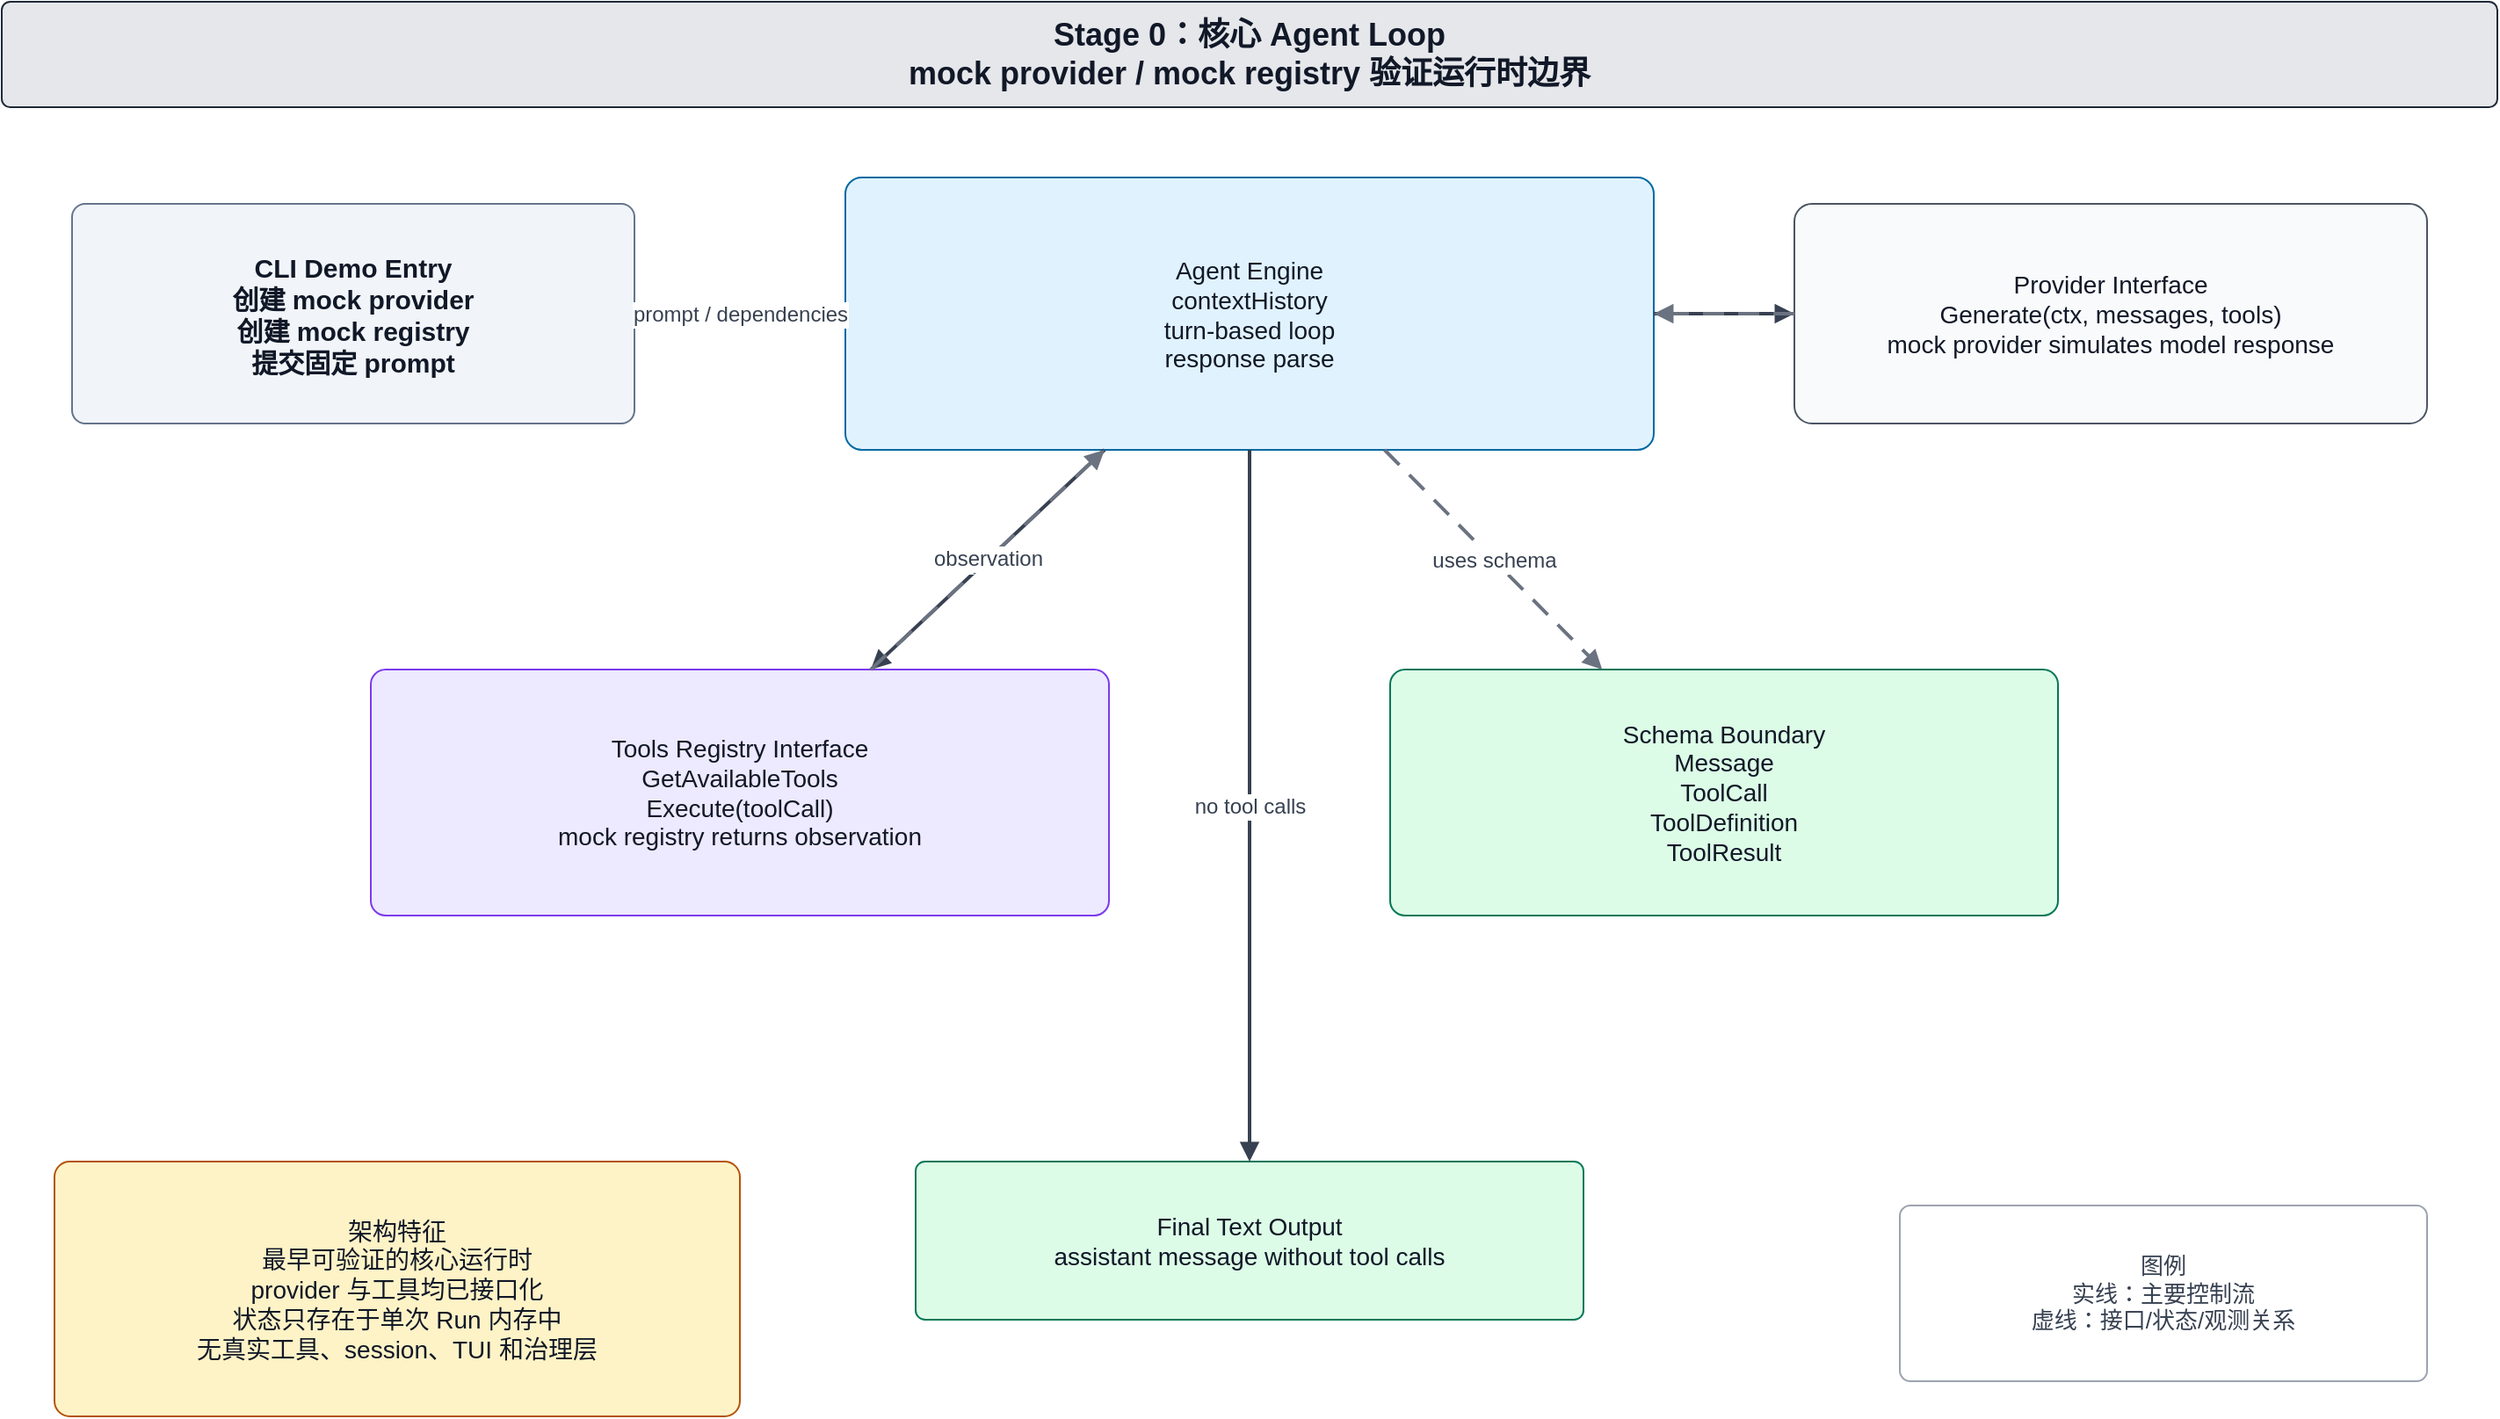
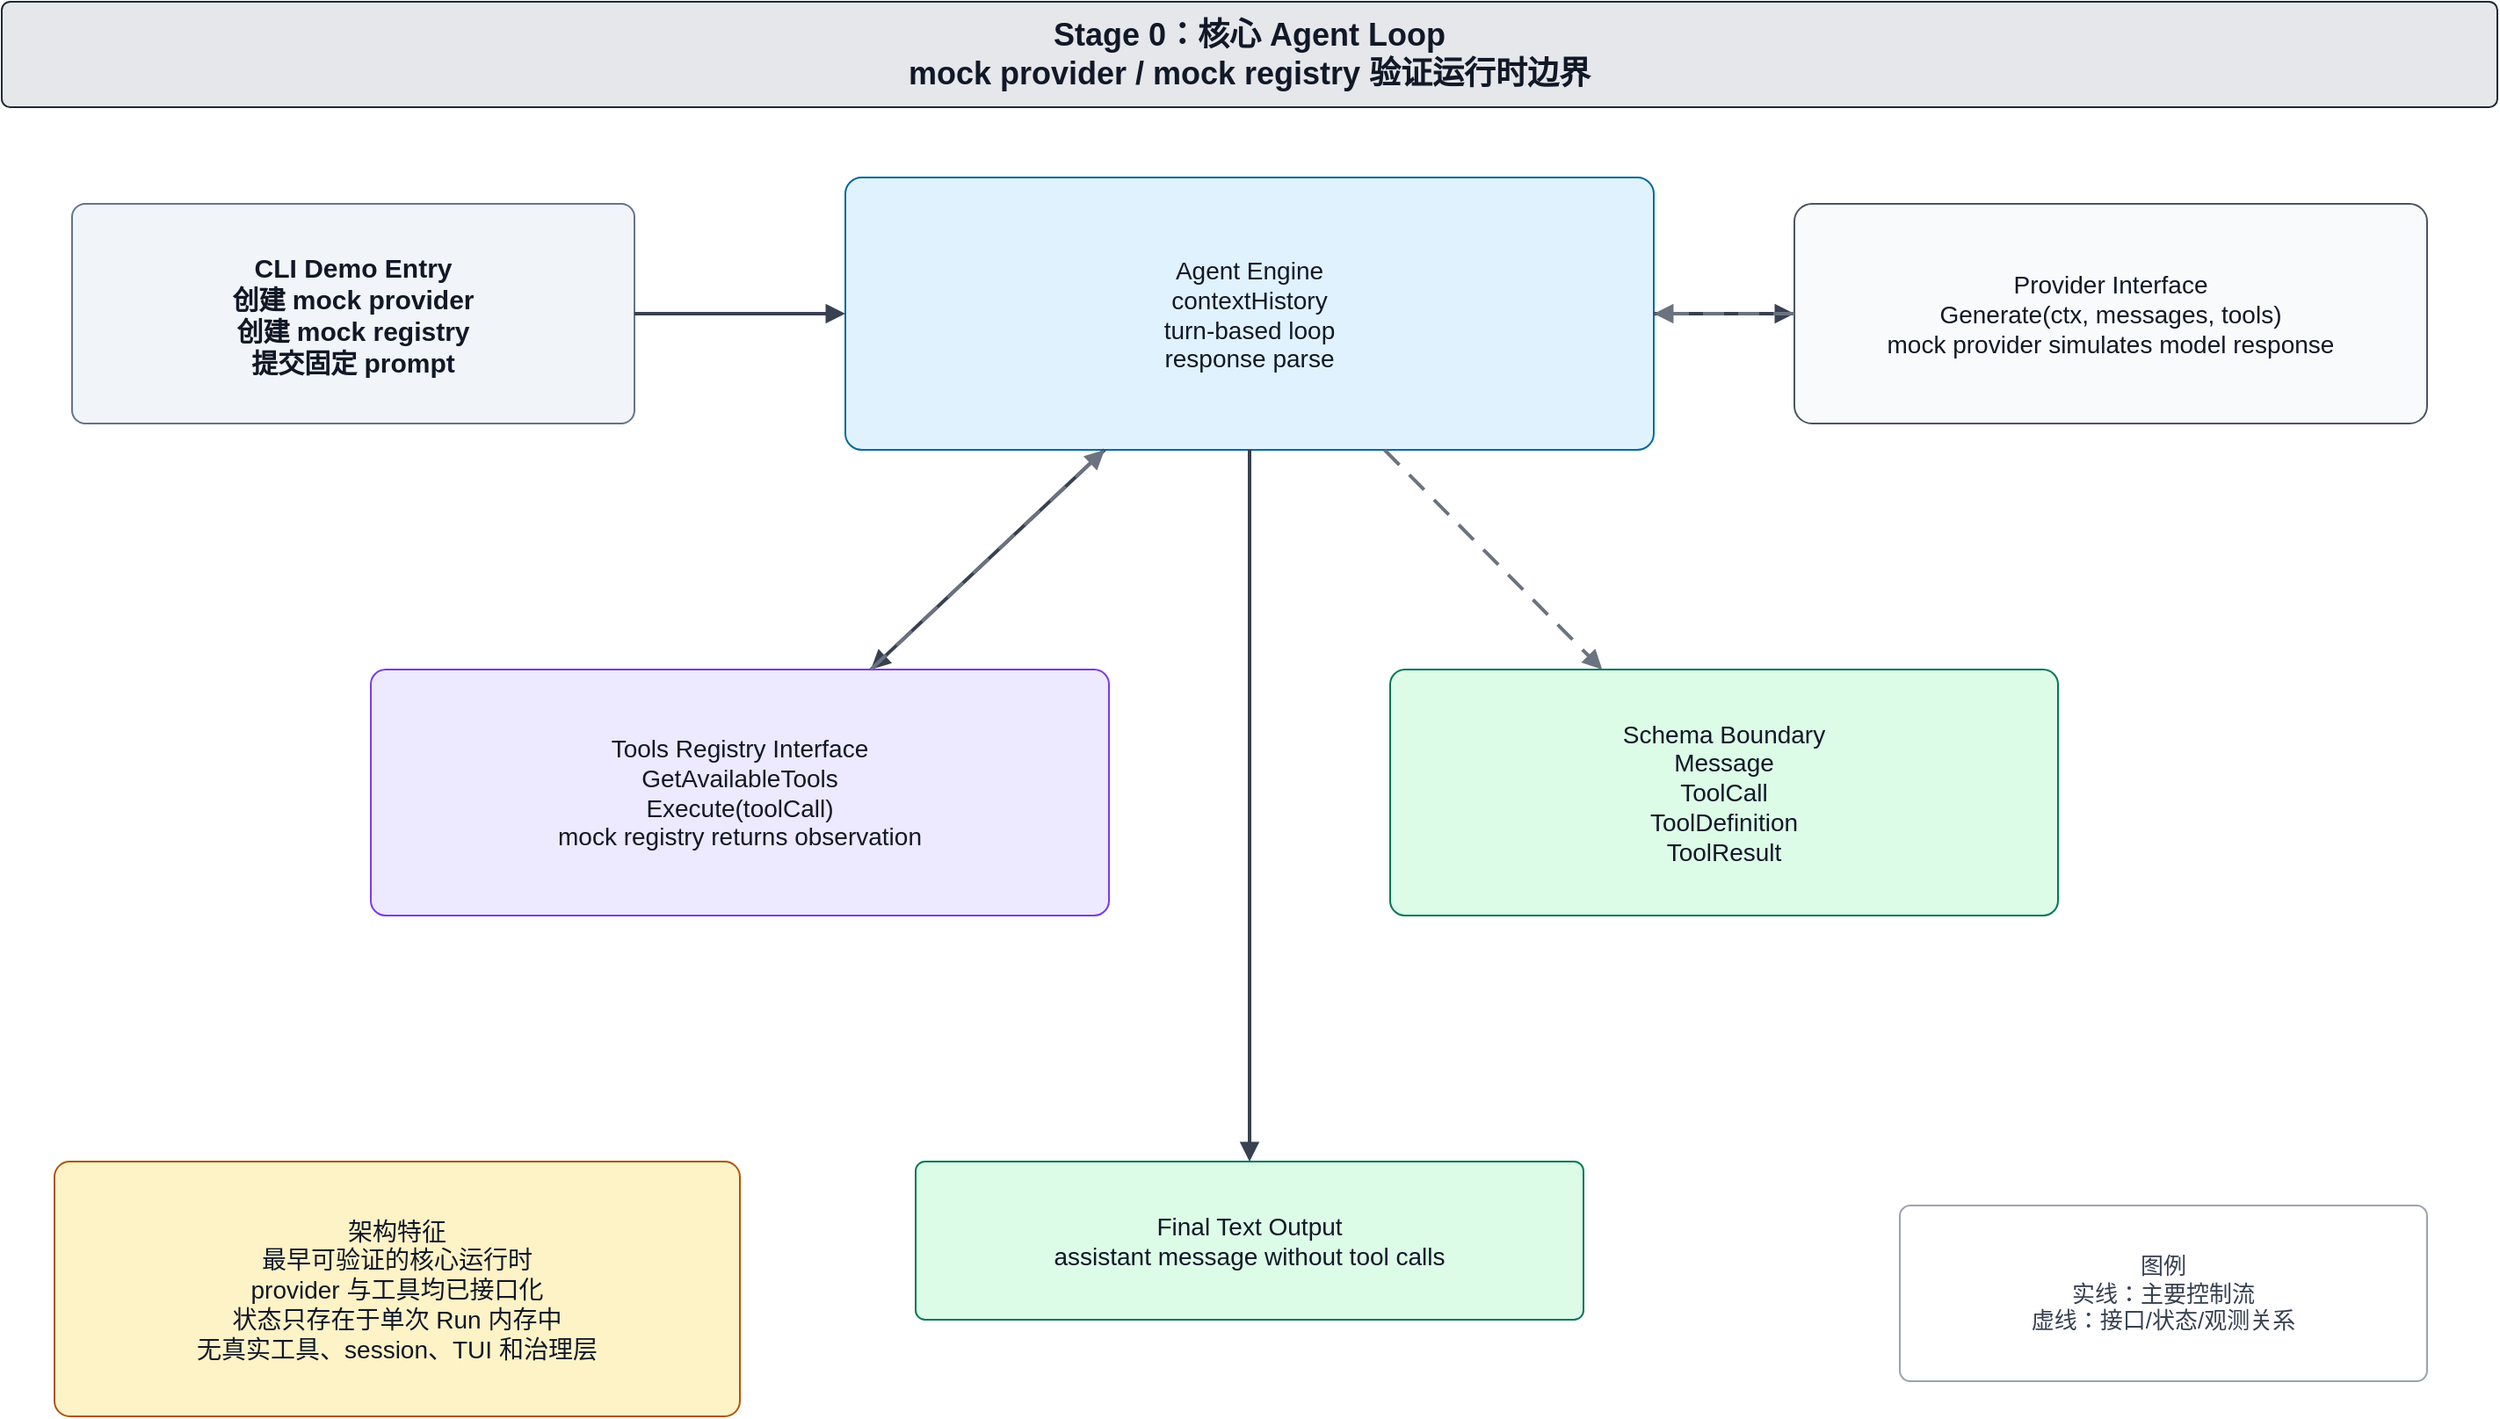
<mxfile host="app.diagrams.net" modified="2026-07-04T00:00:00.000Z" agent="Codex" version="30.0.4" type="device">
  <diagram id="evolution-b1-hello-agent" name="B1 Stage 0：核心 Agent Loop">
    <mxGraphModel dx="1600" dy="1000" grid="1" gridSize="10" guides="1" tooltips="1" connect="1" arrows="1" fold="1" page="1" pageScale="1" pageWidth="1500" pageHeight="950" math="0" shadow="0">
      <root>
        <mxCell id="0" />
        <mxCell id="1" parent="0" />
        <mxCell id="n2" value="Stage 0：核心 Agent Loop&lt;br&gt;mock provider / mock registry 验证运行时边界" style="rounded=1;whiteSpace=wrap;html=1;arcSize=8;strokeColor=#1f2937;fillColor=#e5e7eb;fontColor=#111827;fontSize=18;fontStyle=1;spacing=8;" vertex="1" parent="1">
          <mxGeometry x="40" y="30" width="1420" height="60" as="geometry" />
        </mxCell>
        <mxCell id="n3" value="CLI Demo Entry&lt;br&gt;创建 mock provider&lt;br&gt;创建 mock registry&lt;br&gt;提交固定 prompt" style="rounded=1;whiteSpace=wrap;html=1;arcSize=6;strokeColor=#64748b;fillColor=#f1f5f9;fontColor=#111827;fontSize=15;fontStyle=1;spacing=8;" vertex="1" parent="1">
          <mxGeometry x="80" y="145" width="320" height="125" as="geometry" />
        </mxCell>
        <mxCell id="n4" value="Agent Engine&lt;br&gt;contextHistory&lt;br&gt;turn-based loop&lt;br&gt;response parse" style="rounded=1;whiteSpace=wrap;html=1;arcSize=6;strokeColor=#0369a1;fillColor=#e0f2fe;fontColor=#111827;fontSize=14;spacing=8;" vertex="1" parent="1">
          <mxGeometry x="520" y="130" width="460" height="155" as="geometry" />
        </mxCell>
        <mxCell id="n5" value="Provider Interface&lt;br&gt;Generate(ctx, messages, tools)&lt;br&gt;mock provider simulates model response" style="rounded=1;whiteSpace=wrap;html=1;arcSize=8;strokeColor=#4b5563;fillColor=#f8fafc;fontColor=#111827;fontSize=14;spacing=8;" vertex="1" parent="1">
          <mxGeometry x="1060" y="145" width="360" height="125" as="geometry" />
        </mxCell>
        <mxCell id="n6" value="Tools Registry Interface&lt;br&gt;GetAvailableTools&lt;br&gt;Execute(toolCall)&lt;br&gt;mock registry returns observation" style="rounded=1;whiteSpace=wrap;html=1;arcSize=6;strokeColor=#7c3aed;fillColor=#ede9fe;fontColor=#111827;fontSize=14;spacing=8;" vertex="1" parent="1">
          <mxGeometry x="250" y="410" width="420" height="140" as="geometry" />
        </mxCell>
        <mxCell id="n7" value="Schema Boundary&lt;br&gt;Message&lt;br&gt;ToolCall&lt;br&gt;ToolDefinition&lt;br&gt;ToolResult" style="rounded=1;whiteSpace=wrap;html=1;arcSize=6;strokeColor=#047857;fillColor=#dcfce7;fontColor=#111827;fontSize=14;spacing=8;" vertex="1" parent="1">
          <mxGeometry x="830" y="410" width="380" height="140" as="geometry" />
        </mxCell>
        <mxCell id="n8" value="Final Text Output&lt;br&gt;assistant message without tool calls" style="rounded=1;whiteSpace=wrap;html=1;arcSize=6;strokeColor=#047857;fillColor=#dcfce7;fontColor=#111827;fontSize=14;spacing=8;" vertex="1" parent="1">
          <mxGeometry x="560" y="690" width="380" height="90" as="geometry" />
        </mxCell>
-         <mxCell id="e9" value="prompt / dependencies" style="endArrow=block;html=1;rounded=0;strokeWidth=2;strokeColor=#374151;fontSize=12;fontColor=#374151;" edge="1" parent="1" source="n3" target="n4">
+         <mxCell id="e9" value="" style="endArrow=block;html=1;rounded=0;strokeWidth=2;strokeColor=#374151;fontSize=12;fontColor=#374151;" edge="1" parent="1" source="n3" target="n4">
          <mxGeometry relative="1" as="geometry" />
        </mxCell>
        <mxCell id="e10" value="" style="endArrow=block;html=1;rounded=0;strokeWidth=2;strokeColor=#374151;fontSize=12;fontColor=#374151;" edge="1" parent="1" source="n4" target="n5">
          <mxGeometry relative="1" as="geometry" />
        </mxCell>
        <mxCell id="e11" value="" style="endArrow=block;html=1;rounded=0;strokeWidth=2;strokeColor=#374151;fontSize=12;fontColor=#374151;dashed=1;dashPattern=6 4;strokeColor=#6b7280;" edge="1" parent="1" source="n5" target="n4">
          <mxGeometry relative="1" as="geometry" />
        </mxCell>
-         <mxCell id="e12" value="tool calls" style="endArrow=block;html=1;rounded=0;strokeWidth=2;strokeColor=#374151;fontSize=12;fontColor=#374151;" edge="1" parent="1" source="n4" target="n6">
-           <mxGeometry relative="1" as="geometry" />
-         </mxCell>
-         <mxCell id="e13" value="observation" style="endArrow=block;html=1;rounded=0;strokeWidth=2;strokeColor=#374151;fontSize=12;fontColor=#374151;dashed=1;dashPattern=6 4;strokeColor=#6b7280;" edge="1" parent="1" source="n6" target="n4">
-           <mxGeometry relative="1" as="geometry" />
-         </mxCell>
-         <mxCell id="e14" value="uses schema" style="endArrow=block;html=1;rounded=0;strokeWidth=2;strokeColor=#374151;fontSize=12;fontColor=#374151;dashed=1;dashPattern=6 4;strokeColor=#6b7280;" edge="1" parent="1" source="n4" target="n7">
-           <mxGeometry relative="1" as="geometry" />
-         </mxCell>
-         <mxCell id="e15" value="no tool calls" style="endArrow=block;html=1;rounded=0;strokeWidth=2;strokeColor=#374151;fontSize=12;fontColor=#374151;" edge="1" parent="1" source="n4" target="n8">
+         <mxCell id="e12" value="" style="endArrow=block;html=1;rounded=0;strokeWidth=2;strokeColor=#374151;fontSize=12;fontColor=#374151;" edge="1" parent="1" source="n4" target="n6">
+           <mxGeometry relative="1" as="geometry" />
+         </mxCell>
+         <mxCell id="e13" value="" style="endArrow=block;html=1;rounded=0;strokeWidth=2;strokeColor=#374151;fontSize=12;fontColor=#374151;dashed=1;dashPattern=6 4;strokeColor=#6b7280;" edge="1" parent="1" source="n6" target="n4">
+           <mxGeometry relative="1" as="geometry" />
+         </mxCell>
+         <mxCell id="e14" value="" style="endArrow=block;html=1;rounded=0;strokeWidth=2;strokeColor=#374151;fontSize=12;fontColor=#374151;dashed=1;dashPattern=6 4;strokeColor=#6b7280;" edge="1" parent="1" source="n4" target="n7">
+           <mxGeometry relative="1" as="geometry" />
+         </mxCell>
+         <mxCell id="e15" value="" style="endArrow=block;html=1;rounded=0;strokeWidth=2;strokeColor=#374151;fontSize=12;fontColor=#374151;" edge="1" parent="1" source="n4" target="n8">
          <mxGeometry relative="1" as="geometry" />
        </mxCell>
        <mxCell id="n16" value="架构特征&lt;br&gt;最早可验证的核心运行时&lt;br&gt;provider 与工具均已接口化&lt;br&gt;状态只存在于单次 Run 内存中&lt;br&gt;无真实工具、session、TUI 和治理层" style="rounded=1;whiteSpace=wrap;html=1;arcSize=6;strokeColor=#b45309;fillColor=#fef3c7;fontColor=#111827;fontSize=14;spacing=8;" vertex="1" parent="1">
          <mxGeometry x="70" y="690" width="390" height="145" as="geometry" />
        </mxCell>
        <mxCell id="n17" value="图例&lt;br&gt;实线：主要控制流&lt;br&gt;虚线：接口/状态/观测关系" style="rounded=1;whiteSpace=wrap;html=1;arcSize=6;strokeColor=#9ca3af;fillColor=#ffffff;fontColor=#374151;fontSize=13;spacing=8;" vertex="1" parent="1">
          <mxGeometry x="1120" y="715" width="300" height="100" as="geometry" />
        </mxCell>
      </root>
    </mxGraphModel>
  </diagram>
  <diagram id="evolution-b2-tool-using-agent" name="B2 Stage 1：Tool-Using Agent">
    <mxGraphModel dx="1600" dy="1000" grid="1" gridSize="10" guides="1" tooltips="1" connect="1" arrows="1" fold="1" page="1" pageScale="1" pageWidth="1500" pageHeight="950" math="0" shadow="0">
      <root>
        <mxCell id="0" />
        <mxCell id="1" parent="0" />
        <mxCell id="n2" value="Stage 1：Tool-Using Agent&lt;br&gt;模型推理与工具调用循环" style="rounded=1;whiteSpace=wrap;html=1;arcSize=8;strokeColor=#1f2937;fillColor=#e5e7eb;fontColor=#111827;fontSize=18;fontStyle=1;spacing=8;" vertex="1" parent="1">
          <mxGeometry x="40" y="30" width="1420" height="60" as="geometry" />
        </mxCell>
        <mxCell id="n3" value="User Task&lt;br&gt;检查或修改项目" style="rounded=1;whiteSpace=wrap;html=1;arcSize=8;strokeColor=#4b5563;fillColor=#f8fafc;fontColor=#111827;fontSize=14;spacing=8;" vertex="1" parent="1">
          <mxGeometry x="80" y="150" width="300" height="90" as="geometry" />
        </mxCell>
        <mxCell id="n4" value="Agent Loop&lt;br&gt;Prompt -&gt; LLM Generate -&gt; Response Parse&lt;br&gt;no tools -&gt; Final Text&lt;br&gt;tool calls -&gt; Tool Dispatcher -&gt; Tool Result Context" style="rounded=1;whiteSpace=wrap;html=1;arcSize=6;strokeColor=#0369a1;fillColor=#e0f2fe;fontColor=#111827;fontSize=14;spacing=8;" vertex="1" parent="1">
          <mxGeometry x="460" y="125" width="720" height="170" as="geometry" />
        </mxCell>
        <mxCell id="n5" value="LLM Provider&lt;br&gt;模型生成" style="rounded=1;whiteSpace=wrap;html=1;arcSize=8;strokeColor=#4b5563;fillColor=#f8fafc;fontColor=#111827;fontSize=14;spacing=8;" vertex="1" parent="1">
          <mxGeometry x="1220" y="150" width="220" height="90" as="geometry" />
        </mxCell>
        <mxCell id="n6" value="Initial Tool Surface&lt;br&gt;File Read&lt;br&gt;File Write / Edit&lt;br&gt;Shell Command" style="rounded=1;whiteSpace=wrap;html=1;arcSize=6;strokeColor=#7c3aed;fillColor=#ede9fe;fontColor=#111827;fontSize=14;spacing=8;" vertex="1" parent="1">
          <mxGeometry x="560" y="380" width="520" height="140" as="geometry" />
        </mxCell>
        <mxCell id="n7" value="Project Workspace&lt;br&gt;文件与命令副作用" style="rounded=1;whiteSpace=wrap;html=1;arcSize=6;strokeColor=#047857;fillColor=#dcfce7;fontColor=#111827;fontSize=14;spacing=8;" vertex="1" parent="1">
          <mxGeometry x="600" y="620" width="440" height="100" as="geometry" />
        </mxCell>
        <mxCell id="e8" value="" style="endArrow=block;html=1;rounded=0;strokeWidth=2;strokeColor=#374151;fontSize=12;fontColor=#374151;" edge="1" parent="1" source="n3" target="n4">
          <mxGeometry relative="1" as="geometry" />
        </mxCell>
-         <mxCell id="e9" value="request / response" style="endArrow=block;startArrow=block;html=1;rounded=0;strokeWidth=2;strokeColor=#374151;fontSize=12;fontColor=#374151;" edge="1" parent="1" source="n4" target="n5">
-           <mxGeometry relative="1" as="geometry" />
-         </mxCell>
-         <mxCell id="e10" value="tool calls" style="endArrow=block;html=1;rounded=0;strokeWidth=2;strokeColor=#374151;fontSize=12;fontColor=#374151;" edge="1" parent="1" source="n4" target="n6">
-           <mxGeometry relative="1" as="geometry" />
-         </mxCell>
-         <mxCell id="e11" value="tool results" style="endArrow=block;html=1;rounded=0;strokeWidth=2;strokeColor=#374151;fontSize=12;fontColor=#374151;dashed=1;dashPattern=6 4;strokeColor=#6b7280;" edge="1" parent="1" source="n6" target="n4">
-           <mxGeometry relative="1" as="geometry" />
-         </mxCell>
-         <mxCell id="e12" value="side effects" style="endArrow=block;html=1;rounded=0;strokeWidth=2;strokeColor=#374151;fontSize=12;fontColor=#374151;" edge="1" parent="1" source="n6" target="n7">
+         <mxCell id="e9" value="" style="endArrow=block;startArrow=block;html=1;rounded=0;strokeWidth=2;strokeColor=#374151;fontSize=12;fontColor=#374151;" edge="1" parent="1" source="n4" target="n5">
+           <mxGeometry relative="1" as="geometry" />
+         </mxCell>
+         <mxCell id="e10" value="" style="endArrow=block;html=1;rounded=0;strokeWidth=2;strokeColor=#374151;fontSize=12;fontColor=#374151;" edge="1" parent="1" source="n4" target="n6">
+           <mxGeometry relative="1" as="geometry" />
+         </mxCell>
+         <mxCell id="e11" value="" style="endArrow=block;html=1;rounded=0;strokeWidth=2;strokeColor=#374151;fontSize=12;fontColor=#374151;dashed=1;dashPattern=6 4;strokeColor=#6b7280;" edge="1" parent="1" source="n6" target="n4">
+           <mxGeometry relative="1" as="geometry" />
+         </mxCell>
+         <mxCell id="e12" value="" style="endArrow=block;html=1;rounded=0;strokeWidth=2;strokeColor=#374151;fontSize=12;fontColor=#374151;" edge="1" parent="1" source="n6" target="n7">
          <mxGeometry relative="1" as="geometry" />
        </mxCell>
        <mxCell id="n13" value="新增边界&lt;br&gt;模型只能提出结构化工具请求&lt;br&gt;本地副作用由调度器统一执行&lt;br&gt;后续权限和观测建立在此边界上" style="rounded=1;whiteSpace=wrap;html=1;arcSize=6;strokeColor=#b45309;fillColor=#fef3c7;fontColor=#111827;fontSize=14;spacing=8;" vertex="1" parent="1">
          <mxGeometry x="80" y="620" width="380" height="130" as="geometry" />
        </mxCell>
        <mxCell id="n14" value="图例&lt;br&gt;实线：主要控制流&lt;br&gt;虚线：状态 / 观测 / 治理&lt;br&gt;双向：外部协议交互" style="rounded=1;whiteSpace=wrap;html=1;arcSize=6;strokeColor=#9ca3af;fillColor=#ffffff;fontColor=#374151;fontSize=13;spacing=8;" vertex="1" parent="1">
          <mxGeometry x="1120" y="735" width="300" height="120" as="geometry" />
        </mxCell>
      </root>
    </mxGraphModel>
  </diagram>
  <diagram id="evolution-b3-session-context" name="B3 Stage 2：持久会话与工程上下文">
    <mxGraphModel dx="1600" dy="1000" grid="1" gridSize="10" guides="1" tooltips="1" connect="1" arrows="1" fold="1" page="1" pageScale="1" pageWidth="1500" pageHeight="950" math="0" shadow="0">
      <root>
        <mxCell id="0" />
        <mxCell id="1" parent="0" />
        <mxCell id="n2" value="Stage 2：持久会话与工程上下文&lt;br&gt;从一次性运行到连续工程工作" style="rounded=1;whiteSpace=wrap;html=1;arcSize=8;strokeColor=#1f2937;fillColor=#e5e7eb;fontColor=#111827;fontSize=18;fontStyle=1;spacing=8;" vertex="1" parent="1">
          <mxGeometry x="40" y="30" width="1420" height="60" as="geometry" />
        </mxCell>
        <mxCell id="n3" value="User Request&lt;br&gt;继续工作会话" style="rounded=1;whiteSpace=wrap;html=1;arcSize=8;strokeColor=#4b5563;fillColor=#f8fafc;fontColor=#111827;fontSize=14;spacing=8;" vertex="1" parent="1">
          <mxGeometry x="80" y="150" width="300" height="90" as="geometry" />
        </mxCell>
        <mxCell id="n4" value="Session-aware Runner&lt;br&gt;选择 / 创建 Session&lt;br&gt;恢复工作状态&lt;br&gt;启动运行" style="rounded=1;whiteSpace=wrap;html=1;arcSize=6;strokeColor=#64748b;fillColor=#f1f5f9;fontColor=#111827;fontSize=15;fontStyle=1;spacing=8;" vertex="1" parent="1">
          <mxGeometry x="460" y="125" width="520" height="150" as="geometry" />
        </mxCell>
        <mxCell id="n5" value="Project Instructions&lt;br&gt;项目规则 / 维护约定" style="rounded=1;whiteSpace=wrap;html=1;arcSize=6;strokeColor=#047857;fillColor=#dcfce7;fontColor=#111827;fontSize=14;spacing=8;" vertex="1" parent="1">
          <mxGeometry x="90" y="360" width="300" height="100" as="geometry" />
        </mxCell>
        <mxCell id="n6" value="Context Composer&lt;br&gt;prompt + history + state" style="rounded=1;whiteSpace=wrap;html=1;arcSize=6;strokeColor=#0369a1;fillColor=#e0f2fe;fontColor=#111827;fontSize=14;spacing=8;" vertex="1" parent="1">
          <mxGeometry x="500" y="360" width="440" height="110" as="geometry" />
        </mxCell>
        <mxCell id="n7" value="Agent Loop + Tools&lt;br&gt;多轮推理&lt;br&gt;工具执行" style="rounded=1;whiteSpace=wrap;html=1;arcSize=6;strokeColor=#0369a1;fillColor=#e0f2fe;fontColor=#111827;fontSize=14;spacing=8;" vertex="1" parent="1">
          <mxGeometry x="520" y="580" width="400" height="120" as="geometry" />
        </mxCell>
        <mxCell id="n8" value="Session Store&lt;br&gt;metadata | message log | working memory&lt;br&gt;PLAN / TODO | artifacts" style="rounded=1;whiteSpace=wrap;html=1;arcSize=6;strokeColor=#047857;fillColor=#dcfce7;fontColor=#111827;fontSize=14;spacing=8;" vertex="1" parent="1">
          <mxGeometry x="1010" y="330" width="400" height="180" as="geometry" />
        </mxCell>
        <mxCell id="e9" value="" style="endArrow=block;html=1;rounded=0;strokeWidth=2;strokeColor=#374151;fontSize=12;fontColor=#374151;" edge="1" parent="1" source="n3" target="n4">
          <mxGeometry relative="1" as="geometry" />
        </mxCell>
        <mxCell id="e10" value="" style="endArrow=block;html=1;rounded=0;strokeWidth=2;strokeColor=#374151;fontSize=12;fontColor=#374151;" edge="1" parent="1" source="n4" target="n6">
          <mxGeometry relative="1" as="geometry" />
        </mxCell>
        <mxCell id="e11" value="" style="endArrow=block;html=1;rounded=0;strokeWidth=2;strokeColor=#374151;fontSize=12;fontColor=#374151;" edge="1" parent="1" source="n5" target="n6">
          <mxGeometry relative="1" as="geometry" />
        </mxCell>
        <mxCell id="e12" value="" style="endArrow=block;html=1;rounded=0;strokeWidth=2;strokeColor=#374151;fontSize=12;fontColor=#374151;" edge="1" parent="1" source="n6" target="n7">
          <mxGeometry relative="1" as="geometry" />
        </mxCell>
-         <mxCell id="e13" value="restore" style="endArrow=block;html=1;rounded=0;strokeWidth=2;strokeColor=#374151;fontSize=12;fontColor=#374151;dashed=1;dashPattern=6 4;strokeColor=#6b7280;" edge="1" parent="1" source="n4" target="n8">
-           <mxGeometry relative="1" as="geometry" />
-         </mxCell>
-         <mxCell id="e14" value="persist" style="endArrow=block;html=1;rounded=0;strokeWidth=2;strokeColor=#374151;fontSize=12;fontColor=#374151;dashed=1;dashPattern=6 4;strokeColor=#6b7280;" edge="1" parent="1" source="n7" target="n8">
+         <mxCell id="e13" value="" style="endArrow=block;html=1;rounded=0;strokeWidth=2;strokeColor=#374151;fontSize=12;fontColor=#374151;dashed=1;dashPattern=6 4;strokeColor=#6b7280;" edge="1" parent="1" source="n4" target="n8">
+           <mxGeometry relative="1" as="geometry" />
+         </mxCell>
+         <mxCell id="e14" value="" style="endArrow=block;html=1;rounded=0;strokeWidth=2;strokeColor=#374151;fontSize=12;fontColor=#374151;dashed=1;dashPattern=6 4;strokeColor=#6b7280;" edge="1" parent="1" source="n7" target="n8">
          <mxGeometry relative="1" as="geometry" />
        </mxCell>
        <mxCell id="n15" value="核心变化&lt;br&gt;一次性运行变成连续工程会话&lt;br&gt;当前上下文与持久 session 记录分离&lt;br&gt;项目规则进入上下文组装" style="rounded=1;whiteSpace=wrap;html=1;arcSize=6;strokeColor=#b45309;fillColor=#fef3c7;fontColor=#111827;fontSize=14;spacing=8;" vertex="1" parent="1">
          <mxGeometry x="80" y="620" width="360" height="130" as="geometry" />
        </mxCell>
        <mxCell id="n16" value="图例&lt;br&gt;实线：主要控制流&lt;br&gt;虚线：状态 / 观测 / 治理&lt;br&gt;双向：外部协议交互" style="rounded=1;whiteSpace=wrap;html=1;arcSize=6;strokeColor=#9ca3af;fillColor=#ffffff;fontColor=#374151;fontSize=13;spacing=8;" vertex="1" parent="1">
          <mxGeometry x="1120" y="735" width="300" height="120" as="geometry" />
        </mxCell>
      </root>
    </mxGraphModel>
  </diagram>
  <diagram id="evolution-b4-tui-workbench" name="B4 Stage 3：交互式 TUI 与开发者工作台">
    <mxGraphModel dx="1600" dy="1000" grid="1" gridSize="10" guides="1" tooltips="1" connect="1" arrows="1" fold="1" page="1" pageScale="1" pageWidth="1500" pageHeight="950" math="0" shadow="0">
      <root>
        <mxCell id="0" />
        <mxCell id="1" parent="0" />
        <mxCell id="n2" value="Stage 3：交互式 TUI 与开发者工作台&lt;br&gt;持续观察、干预和协作" style="rounded=1;whiteSpace=wrap;html=1;arcSize=8;strokeColor=#1f2937;fillColor=#e5e7eb;fontColor=#111827;fontSize=18;fontStyle=1;spacing=8;" vertex="1" parent="1">
          <mxGeometry x="40" y="30" width="1420" height="60" as="geometry" />
        </mxCell>
        <mxCell id="n3" value="Human Operator&lt;br&gt;阅读进度 / 调整方向&lt;br&gt;回答问题" style="rounded=1;whiteSpace=wrap;html=1;arcSize=8;strokeColor=#4b5563;fillColor=#f8fafc;fontColor=#111827;fontSize=14;spacing=8;" vertex="1" parent="1">
          <mxGeometry x="560" y="130" width="420" height="110" as="geometry" />
        </mxCell>
        <mxCell id="n4" value="TUI Workbench&lt;br&gt;Conversation View | Input Bar | Status&lt;br&gt;Tool Events | Session Browser | Settings&lt;br&gt;Ask / Approval UI" style="rounded=1;whiteSpace=wrap;html=1;arcSize=6;strokeColor=#7c3aed;fillColor=#ede9fe;fontColor=#111827;fontSize=14;spacing=8;" vertex="1" parent="1">
          <mxGeometry x="330" y="300" width="840" height="150" as="geometry" />
        </mxCell>
        <mxCell id="n5" value="Interactive Runner&lt;br&gt;session + runtime deps" style="rounded=1;whiteSpace=wrap;html=1;arcSize=6;strokeColor=#64748b;fillColor=#f1f5f9;fontColor=#111827;fontSize=15;fontStyle=1;spacing=8;" vertex="1" parent="1">
          <mxGeometry x="300" y="590" width="360" height="100" as="geometry" />
        </mxCell>
        <mxCell id="n6" value="Reporter / Event Stream&lt;br&gt;progress / transcript / tool events" style="rounded=1;whiteSpace=wrap;html=1;arcSize=6;strokeColor=#047857;fillColor=#dcfce7;fontColor=#111827;fontSize=14;spacing=8;" vertex="1" parent="1">
          <mxGeometry x="840" y="590" width="380" height="100" as="geometry" />
        </mxCell>
        <mxCell id="n7" value="Agent Runtime&lt;br&gt;engine loop / tools / provider / session state" style="rounded=1;whiteSpace=wrap;html=1;arcSize=6;strokeColor=#0369a1;fillColor=#e0f2fe;fontColor=#111827;fontSize=14;spacing=8;" vertex="1" parent="1">
          <mxGeometry x="500" y="760" width="520" height="90" as="geometry" />
        </mxCell>
        <mxCell id="e8" value="" style="endArrow=block;html=1;rounded=0;strokeWidth=2;strokeColor=#374151;fontSize=12;fontColor=#374151;" edge="1" parent="1" source="n3" target="n4">
          <mxGeometry relative="1" as="geometry" />
        </mxCell>
-         <mxCell id="e9" value="input / steering" style="endArrow=block;html=1;rounded=0;strokeWidth=2;strokeColor=#374151;fontSize=12;fontColor=#374151;" edge="1" parent="1" source="n4" target="n5">
+         <mxCell id="e9" value="" style="endArrow=block;html=1;rounded=0;strokeWidth=2;strokeColor=#374151;fontSize=12;fontColor=#374151;" edge="1" parent="1" source="n4" target="n5">
          <mxGeometry relative="1" as="geometry" />
        </mxCell>
        <mxCell id="e10" value="" style="endArrow=block;html=1;rounded=0;strokeWidth=2;strokeColor=#374151;fontSize=12;fontColor=#374151;" edge="1" parent="1" source="n5" target="n7">
          <mxGeometry relative="1" as="geometry" />
        </mxCell>
-         <mxCell id="e11" value="events" style="endArrow=block;html=1;rounded=0;strokeWidth=2;strokeColor=#374151;fontSize=12;fontColor=#374151;dashed=1;dashPattern=6 4;strokeColor=#6b7280;" edge="1" parent="1" source="n7" target="n6">
-           <mxGeometry relative="1" as="geometry" />
-         </mxCell>
-         <mxCell id="e12" value="render" style="endArrow=block;html=1;rounded=0;strokeWidth=2;strokeColor=#374151;fontSize=12;fontColor=#374151;dashed=1;dashPattern=6 4;strokeColor=#6b7280;" edge="1" parent="1" source="n6" target="n4">
+         <mxCell id="e11" value="" style="endArrow=block;html=1;rounded=0;strokeWidth=2;strokeColor=#374151;fontSize=12;fontColor=#374151;dashed=1;dashPattern=6 4;strokeColor=#6b7280;" edge="1" parent="1" source="n7" target="n6">
+           <mxGeometry relative="1" as="geometry" />
+         </mxCell>
+         <mxCell id="e12" value="" style="endArrow=block;html=1;rounded=0;strokeWidth=2;strokeColor=#374151;fontSize=12;fontColor=#374151;dashed=1;dashPattern=6 4;strokeColor=#6b7280;" edge="1" parent="1" source="n6" target="n4">
          <mxGeometry relative="1" as="geometry" />
        </mxCell>
        <mxCell id="n13" value="架构原则&lt;br&gt;TUI 负责交互和展示&lt;br&gt;Reporter/Event Stream 解耦界面与运行时&lt;br&gt;核心 Agent 行为保持共享" style="rounded=1;whiteSpace=wrap;html=1;arcSize=6;strokeColor=#b45309;fillColor=#fef3c7;fontColor=#111827;fontSize=14;spacing=8;" vertex="1" parent="1">
          <mxGeometry x="80" y="710" width="350" height="130" as="geometry" />
        </mxCell>
        <mxCell id="n14" value="图例&lt;br&gt;实线：主要控制流&lt;br&gt;虚线：状态 / 观测 / 治理&lt;br&gt;双向：外部协议交互" style="rounded=1;whiteSpace=wrap;html=1;arcSize=6;strokeColor=#9ca3af;fillColor=#ffffff;fontColor=#374151;fontSize=13;spacing=8;" vertex="1" parent="1">
          <mxGeometry x="1120" y="710" width="300" height="120" as="geometry" />
        </mxCell>
      </root>
    </mxGraphModel>
  </diagram>
  <diagram id="evolution-b5-reliability-governance" name="B5 Stage 4：可靠性与治理层">
    <mxGraphModel dx="1600" dy="1000" grid="1" gridSize="10" guides="1" tooltips="1" connect="1" arrows="1" fold="1" page="1" pageScale="1" pageWidth="1500" pageHeight="950" math="0" shadow="0">
      <root>
        <mxCell id="0" />
        <mxCell id="1" parent="0" />
        <mxCell id="n2" value="Stage 4：可靠性与治理层&lt;br&gt;长任务可控、可恢复、可诊断" style="rounded=1;whiteSpace=wrap;html=1;arcSize=8;strokeColor=#1f2937;fillColor=#e5e7eb;fontColor=#111827;fontSize=18;fontStyle=1;spacing=8;" vertex="1" parent="1">
          <mxGeometry x="40" y="30" width="1420" height="60" as="geometry" />
        </mxCell>
        <mxCell id="n3" value="Agent Runtime&lt;br&gt;engine loop / provider / tool registry" style="rounded=1;whiteSpace=wrap;html=1;arcSize=6;strokeColor=#0369a1;fillColor=#e0f2fe;fontColor=#111827;fontSize=14;spacing=8;" vertex="1" parent="1">
          <mxGeometry x="520" y="130" width="480" height="100" as="geometry" />
        </mxCell>
        <mxCell id="n4" value="Governance Boundary&lt;br&gt;Context Estimate -&gt; Optional Compaction&lt;br&gt;Tool Middleware -&gt; Workdir / Allowed-tools / Ask Gate&lt;br&gt;Checkpoint -&gt; protect file changes&lt;br&gt;Error Recovery -&gt; reminders / retry signals" style="rounded=1;whiteSpace=wrap;html=1;arcSize=6;strokeColor=#b45309;fillColor=#fef3c7;fontColor=#111827;fontSize=14;spacing=8;" vertex="1" parent="1">
          <mxGeometry x="330" y="310" width="850" height="190" as="geometry" />
        </mxCell>
        <mxCell id="n5" value="Project Workspace&lt;br&gt;受治理的副作用" style="rounded=1;whiteSpace=wrap;html=1;arcSize=6;strokeColor=#047857;fillColor=#dcfce7;fontColor=#111827;fontSize=14;spacing=8;" vertex="1" parent="1">
          <mxGeometry x="190" y="610" width="330" height="100" as="geometry" />
        </mxCell>
        <mxCell id="n6" value="Runtime State&lt;br&gt;TODO / session / memory" style="rounded=1;whiteSpace=wrap;html=1;arcSize=6;strokeColor=#047857;fillColor=#dcfce7;fontColor=#111827;fontSize=14;spacing=8;" vertex="1" parent="1">
          <mxGeometry x="610" y="610" width="330" height="100" as="geometry" />
        </mxCell>
        <mxCell id="n7" value="Observability&lt;br&gt;transcript | metrics | trace | persisted tool results" style="rounded=1;whiteSpace=wrap;html=1;arcSize=6;strokeColor=#047857;fillColor=#dcfce7;fontColor=#111827;fontSize=14;spacing=8;" vertex="1" parent="1">
          <mxGeometry x="1010" y="610" width="360" height="100" as="geometry" />
        </mxCell>
        <mxCell id="e8" value="" style="endArrow=block;html=1;rounded=0;strokeWidth=2;strokeColor=#374151;fontSize=12;fontColor=#374151;" edge="1" parent="1" source="n3" target="n4">
          <mxGeometry relative="1" as="geometry" />
        </mxCell>
-         <mxCell id="e9" value="controlled tools" style="endArrow=block;html=1;rounded=0;strokeWidth=2;strokeColor=#374151;fontSize=12;fontColor=#374151;" edge="1" parent="1" source="n4" target="n5">
-           <mxGeometry relative="1" as="geometry" />
-         </mxCell>
-         <mxCell id="e10" value="state governance" style="endArrow=block;html=1;rounded=0;strokeWidth=2;strokeColor=#374151;fontSize=12;fontColor=#374151;dashed=1;dashPattern=6 4;strokeColor=#6b7280;" edge="1" parent="1" source="n4" target="n6">
-           <mxGeometry relative="1" as="geometry" />
-         </mxCell>
-         <mxCell id="e11" value="facts / events" style="endArrow=block;html=1;rounded=0;strokeWidth=2;strokeColor=#374151;fontSize=12;fontColor=#374151;dashed=1;dashPattern=6 4;strokeColor=#6b7280;" edge="1" parent="1" source="n4" target="n7">
+         <mxCell id="e9" value="" style="endArrow=block;html=1;rounded=0;strokeWidth=2;strokeColor=#374151;fontSize=12;fontColor=#374151;" edge="1" parent="1" source="n4" target="n5">
+           <mxGeometry relative="1" as="geometry" />
+         </mxCell>
+         <mxCell id="e10" value="" style="endArrow=block;html=1;rounded=0;strokeWidth=2;strokeColor=#374151;fontSize=12;fontColor=#374151;dashed=1;dashPattern=6 4;strokeColor=#6b7280;" edge="1" parent="1" source="n4" target="n6">
+           <mxGeometry relative="1" as="geometry" />
+         </mxCell>
+         <mxCell id="e11" value="" style="endArrow=block;html=1;rounded=0;strokeWidth=2;strokeColor=#374151;fontSize=12;fontColor=#374151;dashed=1;dashPattern=6 4;strokeColor=#6b7280;" edge="1" parent="1" source="n4" target="n7">
          <mxGeometry relative="1" as="geometry" />
        </mxCell>
        <mxCell id="n12" value="核心变化&lt;br&gt;从能完成任务提升为长任务可控、可恢复、可诊断&lt;br&gt;治理能力成为共享基础设施" style="rounded=1;whiteSpace=wrap;html=1;arcSize=6;strokeColor=#64748b;fillColor=#f1f5f9;fontColor=#111827;fontSize=15;fontStyle=1;spacing=8;" vertex="1" parent="1">
          <mxGeometry x="80" y="770" width="500" height="90" as="geometry" />
        </mxCell>
        <mxCell id="n13" value="图例&lt;br&gt;实线：主要控制流&lt;br&gt;虚线：状态 / 观测 / 治理&lt;br&gt;双向：外部协议交互" style="rounded=1;whiteSpace=wrap;html=1;arcSize=6;strokeColor=#9ca3af;fillColor=#ffffff;fontColor=#374151;fontSize=13;spacing=8;" vertex="1" parent="1">
          <mxGeometry x="1120" y="770" width="300" height="120" as="geometry" />
        </mxCell>
      </root>
    </mxGraphModel>
  </diagram>
  <diagram id="evolution-b6-extension-multi-entry" name="B6 Stage 5：扩展生态与多入口集成">
    <mxGraphModel dx="1600" dy="1000" grid="1" gridSize="10" guides="1" tooltips="1" connect="1" arrows="1" fold="1" page="1" pageScale="1" pageWidth="1500" pageHeight="950" math="0" shadow="0">
      <root>
        <mxCell id="0" />
        <mxCell id="1" parent="0" />
        <mxCell id="n2" value="Stage 5：扩展生态与多入口集成&lt;br&gt;多入口共享能力平台" style="rounded=1;whiteSpace=wrap;html=1;arcSize=8;strokeColor=#1f2937;fillColor=#e5e7eb;fontColor=#111827;fontSize=18;fontStyle=1;spacing=8;" vertex="1" parent="1">
          <mxGeometry x="40" y="30" width="1420" height="60" as="geometry" />
        </mxCell>
        <mxCell id="n3" value="Entry Points&lt;br&gt;TUI | CLI one-shot | Config | Feishu | AgentOps | Benchmark" style="rounded=1;whiteSpace=wrap;html=1;arcSize=6;strokeColor=#64748b;fillColor=#f1f5f9;fontColor=#111827;fontSize=15;fontStyle=1;spacing=8;" vertex="1" parent="1">
          <mxGeometry x="250" y="130" width="1000" height="90" as="geometry" />
        </mxCell>
        <mxCell id="n4" value="Shared Application Assembly&lt;br&gt;Runner | Reporter | Provider Config | Session Selection" style="rounded=1;whiteSpace=wrap;html=1;arcSize=6;strokeColor=#64748b;fillColor=#f1f5f9;fontColor=#111827;fontSize=15;fontStyle=1;spacing=8;" vertex="1" parent="1">
          <mxGeometry x="360" y="290" width="780" height="100" as="geometry" />
        </mxCell>
        <mxCell id="n5" value="Extension System&lt;br&gt;slash commands / skills / fork mode&lt;br&gt;allowed-tools / conditional activation" style="rounded=1;whiteSpace=wrap;html=1;arcSize=6;strokeColor=#7c3aed;fillColor=#ede9fe;fontColor=#111827;fontSize=14;spacing=8;" vertex="1" parent="1">
          <mxGeometry x="140" y="510" width="520" height="130" as="geometry" />
        </mxCell>
        <mxCell id="n6" value="Specialized Runner&lt;br&gt;service / evaluation flow" style="rounded=1;whiteSpace=wrap;html=1;arcSize=6;strokeColor=#b45309;fillColor=#fef3c7;fontColor=#111827;fontSize=14;spacing=8;" vertex="1" parent="1">
          <mxGeometry x="840" y="510" width="360" height="100" as="geometry" />
        </mxCell>
        <mxCell id="n7" value="Shared Agent Runtime&lt;br&gt;engine loop / tools / provider adapter / state systems" style="rounded=1;whiteSpace=wrap;html=1;arcSize=6;strokeColor=#0369a1;fillColor=#e0f2fe;fontColor=#111827;fontSize=14;spacing=8;" vertex="1" parent="1">
          <mxGeometry x="360" y="740" width="780" height="100" as="geometry" />
        </mxCell>
        <mxCell id="n8" value="External Systems&lt;br&gt;model providers | workspace | platform APIs | eval datasets" style="rounded=1;whiteSpace=wrap;html=1;arcSize=6;strokeColor=#047857;fillColor=#dcfce7;fontColor=#111827;fontSize=14;spacing=8;" vertex="1" parent="1">
          <mxGeometry x="360" y="870" width="780" height="60" as="geometry" />
        </mxCell>
        <mxCell id="e9" value="" style="endArrow=block;html=1;rounded=0;strokeWidth=2;strokeColor=#374151;fontSize=12;fontColor=#374151;" edge="1" parent="1" source="n3" target="n4">
          <mxGeometry relative="1" as="geometry" />
        </mxCell>
        <mxCell id="e10" value="" style="endArrow=block;html=1;rounded=0;strokeWidth=2;strokeColor=#374151;fontSize=12;fontColor=#374151;" edge="1" parent="1" source="n4" target="n5">
          <mxGeometry relative="1" as="geometry" />
        </mxCell>
        <mxCell id="e11" value="" style="endArrow=block;html=1;rounded=0;strokeWidth=2;strokeColor=#374151;fontSize=12;fontColor=#374151;" edge="1" parent="1" source="n4" target="n6">
          <mxGeometry relative="1" as="geometry" />
        </mxCell>
        <mxCell id="e12" value="" style="endArrow=block;html=1;rounded=0;strokeWidth=2;strokeColor=#374151;fontSize=12;fontColor=#374151;" edge="1" parent="1" source="n5" target="n7">
          <mxGeometry relative="1" as="geometry" />
        </mxCell>
        <mxCell id="e13" value="" style="endArrow=block;html=1;rounded=0;strokeWidth=2;strokeColor=#374151;fontSize=12;fontColor=#374151;" edge="1" parent="1" source="n6" target="n7">
          <mxGeometry relative="1" as="geometry" />
        </mxCell>
        <mxCell id="e14" value="" style="endArrow=block;html=1;rounded=0;strokeWidth=2;strokeColor=#374151;fontSize=12;fontColor=#374151;" edge="1" parent="1" source="n7" target="n8">
          <mxGeometry relative="1" as="geometry" />
        </mxCell>
        <mxCell id="n15" value="架构原则&lt;br&gt;多入口通过适配层接入共享 Runtime&lt;br&gt;扩展流程文件化，但执行仍受工具边界治理" style="rounded=1;whiteSpace=wrap;html=1;arcSize=6;strokeColor=#b45309;fillColor=#fef3c7;fontColor=#111827;fontSize=14;spacing=8;" vertex="1" parent="1">
          <mxGeometry x="80" y="735" width="250" height="120" as="geometry" />
        </mxCell>
        <mxCell id="n16" value="图例&lt;br&gt;实线：主要控制流&lt;br&gt;虚线：状态 / 观测 / 治理&lt;br&gt;双向：外部协议交互" style="rounded=1;whiteSpace=wrap;html=1;arcSize=6;strokeColor=#9ca3af;fillColor=#ffffff;fontColor=#374151;fontSize=13;spacing=8;" vertex="1" parent="1">
          <mxGeometry x="1180" y="735" width="300" height="120" as="geometry" />
        </mxCell>
      </root>
    </mxGraphModel>
  </diagram>
  <diagram id="evolution-b7-codexspec-autodev" name="B7 Stage 6：CodexSpec + Autodev 自动化开发流水线">
    <mxGraphModel dx="1600" dy="1000" grid="1" gridSize="10" guides="1" tooltips="1" connect="1" arrows="1" fold="1" page="1" pageScale="1" pageWidth="1500" pageHeight="950" math="0" shadow="0">
      <root>
        <mxCell id="0" />
        <mxCell id="1" parent="0" />
        <mxCell id="n2" value="Stage 6：CodexSpec + Autodev 自动化开发流水线&lt;br&gt;确定性控制与智能执行分离" style="rounded=1;whiteSpace=wrap;html=1;arcSize=8;strokeColor=#1f2937;fillColor=#e5e7eb;fontColor=#111827;fontSize=18;fontStyle=1;spacing=8;" vertex="1" parent="1">
          <mxGeometry x="40" y="30" width="1420" height="60" as="geometry" />
        </mxCell>
        <mxCell id="n3" value="Backlog / Issue Source&lt;br&gt;待处理工作项" style="rounded=1;whiteSpace=wrap;html=1;arcSize=8;strokeColor=#4b5563;fillColor=#f8fafc;fontColor=#111827;fontSize=14;spacing=8;" vertex="1" parent="1">
          <mxGeometry x="80" y="150" width="320" height="90" as="geometry" />
        </mxCell>
        <mxCell id="n4" value="Deterministic Go Control Plane&lt;br&gt;Select Item -&gt; Prepare Worktree -&gt; Drive CodexSpec Stages&lt;br&gt;specify -&gt; plan/tasks -&gt; implement&lt;br&gt;Verify Ground Truth -&gt; Commit / Push / PR / Issue Update&lt;br&gt;Ledger + Git state validation" style="rounded=1;whiteSpace=wrap;html=1;arcSize=6;strokeColor=#b45309;fillColor=#fef3c7;fontColor=#111827;fontSize=14;spacing=8;" vertex="1" parent="1">
          <mxGeometry x="460" y="120" width="780" height="190" as="geometry" />
        </mxCell>
        <mxCell id="n5" value="LLM Execution Plane&lt;br&gt;Core Agent in isolated worktree&lt;br&gt;Engineer Agent for clarification" style="rounded=1;whiteSpace=wrap;html=1;arcSize=6;strokeColor=#7c3aed;fillColor=#ede9fe;fontColor=#111827;fontSize=14;spacing=8;" vertex="1" parent="1">
          <mxGeometry x="260" y="440" width="460" height="130" as="geometry" />
        </mxCell>
        <mxCell id="n6" value="Remote Boundaries&lt;br&gt;Git / GitHub CLI&lt;br&gt;issue / PR / push" style="rounded=1;whiteSpace=wrap;html=1;arcSize=6;strokeColor=#047857;fillColor=#dcfce7;fontColor=#111827;fontSize=14;spacing=8;" vertex="1" parent="1">
          <mxGeometry x="900" y="440" width="360" height="130" as="geometry" />
        </mxCell>
        <mxCell id="n7" value="Shared Agent Runtime + Project Workspace&lt;br&gt;tools / provider / session / memory / checks" style="rounded=1;whiteSpace=wrap;html=1;arcSize=6;strokeColor=#0369a1;fillColor=#e0f2fe;fontColor=#111827;fontSize=14;spacing=8;" vertex="1" parent="1">
          <mxGeometry x="430" y="700" width="640" height="110" as="geometry" />
        </mxCell>
        <mxCell id="e8" value="" style="endArrow=block;html=1;rounded=0;strokeWidth=2;strokeColor=#374151;fontSize=12;fontColor=#374151;" edge="1" parent="1" source="n3" target="n4">
          <mxGeometry relative="1" as="geometry" />
        </mxCell>
-         <mxCell id="e9" value="stage work" style="endArrow=block;html=1;rounded=0;strokeWidth=2;strokeColor=#374151;fontSize=12;fontColor=#374151;" edge="1" parent="1" source="n4" target="n5">
+         <mxCell id="e9" value="" style="endArrow=block;html=1;rounded=0;strokeWidth=2;strokeColor=#374151;fontSize=12;fontColor=#374151;" edge="1" parent="1" source="n4" target="n5">
          <mxGeometry relative="1" as="geometry" />
        </mxCell>
        <mxCell id="e10" value="" style="endArrow=block;html=1;rounded=0;strokeWidth=2;strokeColor=#374151;fontSize=12;fontColor=#374151;" edge="1" parent="1" source="n5" target="n7">
          <mxGeometry relative="1" as="geometry" />
        </mxCell>
-         <mxCell id="e11" value="remote coordination" style="endArrow=block;html=1;rounded=0;strokeWidth=2;strokeColor=#374151;fontSize=12;fontColor=#374151;" edge="1" parent="1" source="n4" target="n6">
-           <mxGeometry relative="1" as="geometry" />
-         </mxCell>
-         <mxCell id="e12" value="verify facts" style="endArrow=block;html=1;rounded=0;strokeWidth=2;strokeColor=#374151;fontSize=12;fontColor=#374151;dashed=1;dashPattern=6 4;strokeColor=#6b7280;" edge="1" parent="1" source="n4" target="n7">
-           <mxGeometry relative="1" as="geometry" />
-         </mxCell>
-         <mxCell id="e13" value="remote facts" style="endArrow=block;html=1;rounded=0;strokeWidth=2;strokeColor=#374151;fontSize=12;fontColor=#374151;dashed=1;dashPattern=6 4;strokeColor=#6b7280;" edge="1" parent="1" source="n6" target="n4">
+         <mxCell id="e11" value="" style="endArrow=block;html=1;rounded=0;strokeWidth=2;strokeColor=#374151;fontSize=12;fontColor=#374151;" edge="1" parent="1" source="n4" target="n6">
+           <mxGeometry relative="1" as="geometry" />
+         </mxCell>
+         <mxCell id="e12" value="" style="endArrow=block;html=1;rounded=0;strokeWidth=2;strokeColor=#374151;fontSize=12;fontColor=#374151;dashed=1;dashPattern=6 4;strokeColor=#6b7280;" edge="1" parent="1" source="n4" target="n7">
+           <mxGeometry relative="1" as="geometry" />
+         </mxCell>
+         <mxCell id="e13" value="" style="endArrow=block;html=1;rounded=0;strokeWidth=2;strokeColor=#374151;fontSize=12;fontColor=#374151;dashed=1;dashPattern=6 4;strokeColor=#6b7280;" edge="1" parent="1" source="n6" target="n4">
          <mxGeometry relative="1" as="geometry" />
        </mxCell>
        <mxCell id="n14" value="核心原则&lt;br&gt;确定性控制负责流程、验证和远端事实&lt;br&gt;智能执行负责开发操作&lt;br&gt;阶段完成由事实验证决定" style="rounded=1;whiteSpace=wrap;html=1;arcSize=6;strokeColor=#64748b;fillColor=#f1f5f9;fontColor=#111827;fontSize=15;fontStyle=1;spacing=8;" vertex="1" parent="1">
          <mxGeometry x="80" y="700" width="300" height="130" as="geometry" />
        </mxCell>
        <mxCell id="n15" value="图例&lt;br&gt;实线：主要控制流&lt;br&gt;虚线：状态 / 观测 / 治理&lt;br&gt;双向：外部协议交互" style="rounded=1;whiteSpace=wrap;html=1;arcSize=6;strokeColor=#9ca3af;fillColor=#ffffff;fontColor=#374151;fontSize=13;spacing=8;" vertex="1" parent="1">
          <mxGeometry x="1120" y="700" width="300" height="120" as="geometry" />
        </mxCell>
      </root>
    </mxGraphModel>
  </diagram>
</mxfile>
